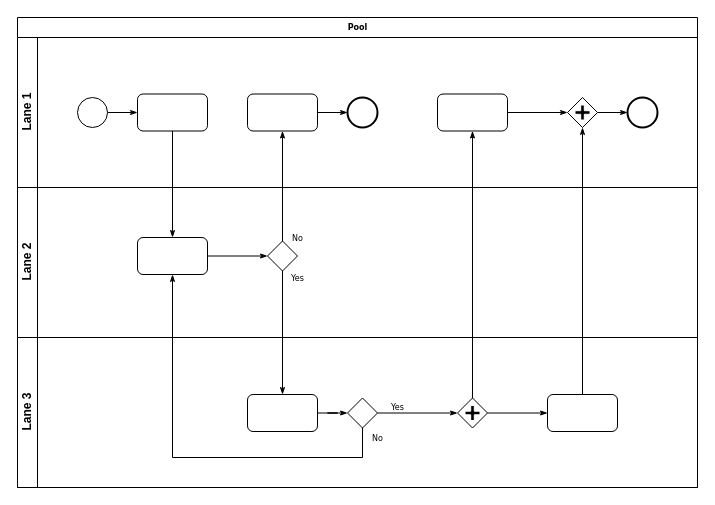
Before: Диаграмма без названия.drawio in Quamtus/Lovecraft, a draw.io diagram. Source tidied: cells renumbered, new cells numbered last; positions are measured from the earlier drawing's top-left corner, leaving out a move shared by most shapes. Both pictures are drawn from the tidied source at 100%, with x=0, y=0 at pixel (17, 17).
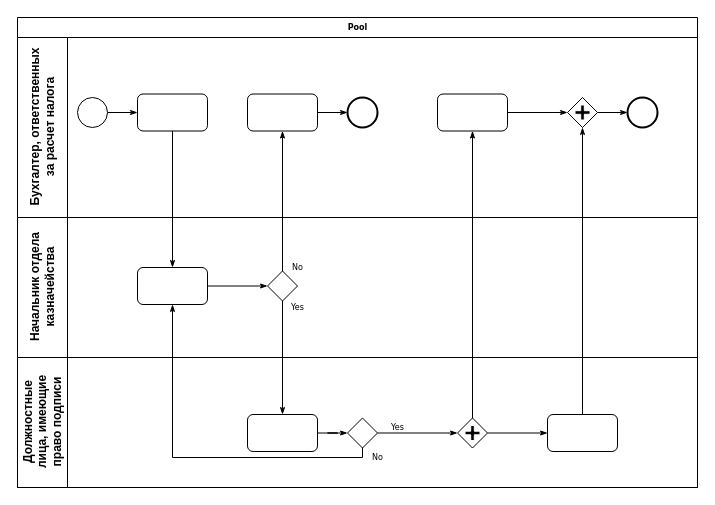
The same page after the edit.

Unchanged cells that the change refers to:
```xml
<mxCell id="2" value="Pool" style="swimlane;html=1;horizontal=1;startSize=20;rounded=0;shadow=0;labelBackgroundColor=none;strokeWidth=1;fontFamily=Verdana;fontSize=8;align=center;" parent="1" vertex="1">
  <mxGeometry width="680" height="470" as="geometry" />
</mxCell>
```

Diff of the diagram source:
```diff
@@
-    <mxCell id="3" value="Lane 1" style="swimlane;html=1;startSize=20;horizontal=0;" parent="2" vertex="1">
-      <mxGeometry y="20" width="680" height="150" as="geometry" />
+    <mxCell id="3" value="Бухгалтер, ответственных&lt;div&gt;за расчет налога&lt;/div&gt;" style="swimlane;html=1;startSize=50;horizontal=0;" parent="2" vertex="1">
+      <mxGeometry y="20" width="680" height="180" as="geometry" />
     </mxCell>
@@
-    <mxCell id="15" value="Lane 2" style="swimlane;html=1;startSize=20;horizontal=0;" parent="2" vertex="1">
-      <mxGeometry y="170" width="680" height="150" as="geometry" />
+    <mxCell id="15" value="Начальник отдела&lt;div&gt;казначейства&lt;/div&gt;" style="swimlane;html=1;startSize=50;horizontal=0;" parent="2" vertex="1">
+      <mxGeometry y="200" width="680" height="140" as="geometry" />
     </mxCell>
@@
-    <mxCell id="19" value="Lane 3" style="swimlane;html=1;startSize=20;horizontal=0;" parent="2" vertex="1">
-      <mxGeometry y="320" width="680" height="150" as="geometry" />
+    <mxCell id="19" value="Должностные&lt;div&gt;лица, имеющие&lt;/div&gt;&lt;div&gt;право подписи&lt;/div&gt;" style="swimlane;html=1;startSize=50;horizontal=0;" parent="2" vertex="1">
+      <mxGeometry y="340" width="680" height="130" as="geometry" />
     </mxCell>
```
